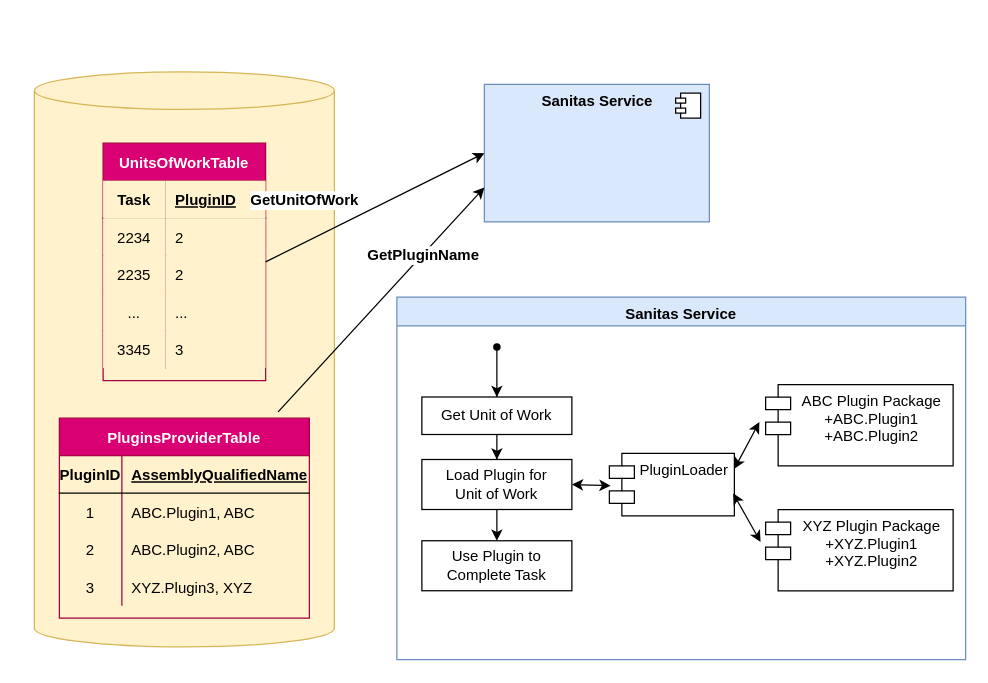
The draw.io diagram page "PluginAtRunTime" (2 of 4) of PluginProvider.drawio in luisgarciau/hello-world, before the edit. Source tidied: cells renumbered, new cells numbered last; positions are measured from the earlier drawing's top-left corner, leaving out a move shared by most shapes. Both pictures are drawn from the tidied source at 125%, with x=0, y=0 at pixel (34, 71).
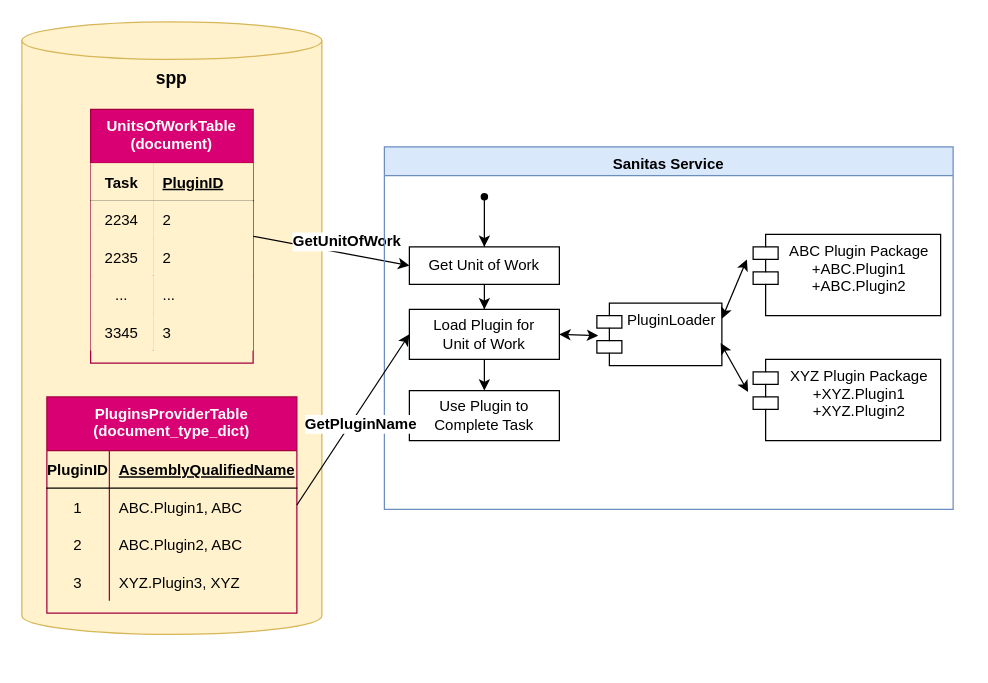
After the change.

The change refers to these unchanged cells:
```xml
<mxCell id="37" value="PluginLoader" style="shape=module;align=left;spacingLeft=20;align=center;verticalAlign=top;" parent="36" vertex="1">
  <mxGeometry x="170" y="125" width="100" height="50" as="geometry" />
</mxCell>
<mxCell id="42" value="&lt;div&gt;Get Unit of Work&lt;br&gt;&lt;/div&gt;" style="whiteSpace=wrap;html=1;align=center;verticalAlign=middle;fillColor=none;sketch=0;fillStyle=solid;" parent="36" vertex="1">
  <mxGeometry x="20" y="80" width="120" height="30" as="geometry" />
</mxCell>
<mxCell id="44" value="Load Plugin for&lt;br&gt;Unit of Work" style="whiteSpace=wrap;html=1;align=center;verticalAlign=middle;fillColor=none;sketch=0;fillStyle=solid;" parent="36" vertex="1">
  <mxGeometry x="20" y="130" width="120" height="40" as="geometry" />
</mxCell>
```

Diff of the diagram source:
```diff
@@
-    <mxCell id="2" style="shape=cylinder3;whiteSpace=wrap;html=1;boundedLbl=1;backgroundOutline=1;size=15;verticalAlign=top;fillColor=#fff2cc;strokeColor=#d6b656;" parent="1" vertex="1">
-      <mxGeometry width="240" height="460" as="geometry" />
+    <mxCell id="2" value="&lt;font size=&quot;1&quot;&gt;&lt;b style=&quot;font-size: 14px&quot;&gt;spp&lt;/b&gt;&lt;/font&gt;" style="shape=cylinder3;whiteSpace=wrap;html=1;boundedLbl=1;backgroundOutline=1;size=15;verticalAlign=top;fillColor=#fff2cc;strokeColor=#d6b656;" parent="1" vertex="1">
+      <mxGeometry x="-10" y="-40" width="240" height="490" as="geometry" />
     </mxCell>
-    <mxCell id="3" value="PluginsProviderTable" style="shape=table;startSize=30;childLayout=tableLayout;rowLines=0;fontStyle=1;align=center;fillColor=#d80073;strokeColor=#A50040;fontColor=#ffffff;" parent="1" vertex="1">
-      <mxGeometry x="20" y="277" width="200" height="160" as="geometry" />
+    <mxCell id="3" value="PluginsProviderTable&#10;(document_type_dict)&#10;" style="shape=table;startSize=43;childLayout=tableLayout;rowLines=0;fontStyle=1;align=center;fillColor=#d80073;strokeColor=#A50040;fontColor=#ffffff;verticalAlign=top;" parent="1" vertex="1">
+      <mxGeometry x="10" y="260" width="200" height="173" as="geometry" />
     </mxCell>
     <mxCell id="4" style="shape=partialRectangle;fillColor=none;top=0;left=0;bottom=1;right=0;" parent="3" vertex="1">
-      <mxGeometry y="30" width="200" height="30" as="geometry" />
+      <mxGeometry y="43" width="200" height="30" as="geometry" />
     </mxCell>
@@
     <mxCell id="7" style="shape=partialRectangle;fillColor=none;top=0;left=0;bottom=0;right=0;" parent="3" vertex="1">
-      <mxGeometry y="60" width="200" height="30" as="geometry" />
+      <mxGeometry y="73" width="200" height="30" as="geometry" />
     </mxCell>
@@
     <mxCell id="10" style="shape=partialRectangle;fillColor=none;top=0;left=0;bottom=0;right=0;" parent="3" vertex="1">
-      <mxGeometry y="90" width="200" height="30" as="geometry" />
+      <mxGeometry y="103" width="200" height="30" as="geometry" />
     </mxCell>
@@
     <mxCell id="13" style="shape=partialRectangle;fillColor=none;top=0;left=0;bottom=0;right=0;" parent="3" vertex="1">
-      <mxGeometry y="120" width="200" height="30" as="geometry" />
+      <mxGeometry y="133" width="200" height="30" as="geometry" />
     </mxCell>
@@
-    <mxCell id="16" value="UnitsOfWorkTable" style="shape=table;startSize=30;childLayout=tableLayout;rowLines=0;fontStyle=1;align=center;fillColor=#d80073;strokeColor=#A50040;fontColor=#ffffff;" parent="1" vertex="1">
-      <mxGeometry x="55" y="57" width="130" height="190" as="geometry" />
+    <mxCell id="16" value="UnitsOfWorkTable&#10;(document)" style="shape=table;startSize=43;childLayout=tableLayout;rowLines=0;fontStyle=1;align=center;fillColor=#d80073;strokeColor=#A50040;fontColor=#ffffff;verticalAlign=top;" parent="1" vertex="1">
+      <mxGeometry x="45" y="30" width="130" height="203" as="geometry" />
     </mxCell>
     <mxCell id="17" style="shape=partialRectangle;fillColor=none;top=0;left=0;bottom=1;right=0;" parent="16" vertex="1">
-      <mxGeometry y="30" width="130" height="30" as="geometry" />
+      <mxGeometry y="43" width="130" height="30" as="geometry" />
     </mxCell>
@@
     <mxCell id="20" style="shape=partialRectangle;fillColor=none;top=0;left=0;bottom=0;right=0;" parent="16" vertex="1">
-      <mxGeometry y="60" width="130" height="30" as="geometry" />
+      <mxGeometry y="73" width="130" height="30" as="geometry" />
     </mxCell>
@@
     <mxCell id="23" style="shape=partialRectangle;fillColor=none;top=0;left=0;bottom=0;right=0;" parent="16" vertex="1">
-      <mxGeometry y="90" width="130" height="30" as="geometry" />
+      <mxGeometry y="103" width="130" height="30" as="geometry" />
     </mxCell>
@@
     <mxCell id="26" style="shape=partialRectangle;fillColor=none;top=0;left=0;bottom=0;right=0;" parent="16" vertex="1">
-      <mxGeometry y="120" width="130" height="30" as="geometry" />
+      <mxGeometry y="133" width="130" height="30" as="geometry" />
     </mxCell>
@@
     <mxCell id="29" style="shape=partialRectangle;fillColor=none;top=0;left=0;bottom=0;right=0;" parent="16" vertex="1">
-      <mxGeometry y="150" width="130" height="30" as="geometry" />
+      <mxGeometry y="163" width="130" height="30" as="geometry" />
     </mxCell>
@@
-    <mxCell id="32" value="&lt;b&gt;Sanitas Service&lt;/b&gt;" style="html=1;verticalAlign=top;fillColor=#dae8fc;strokeColor=#6c8ebf;" parent="1" vertex="1">
-      <mxGeometry x="360" y="10" width="180" height="110" as="geometry" />
-    </mxCell>
-    <mxCell id="33" style="shape=module;jettyWidth=8;jettyHeight=4;" parent="32" vertex="1">
-      <mxGeometry x="1" width="20" height="20" relative="1" as="geometry">
-        <mxPoint x="-27" y="7" as="offset" />
-      </mxGeometry>
-    </mxCell>
-    <mxCell id="34" style="endArrow=classic;startArrow=none;html=1;exitX=1;exitY=0.5;exitDx=0;exitDy=0;startFill=0;entryX=0;entryY=0.5;entryDx=0;entryDy=0;" parent="1" edge="1" source="16" target="32">
+    <mxCell id="34" style="endArrow=classic;startArrow=none;html=1;exitX=1;exitY=0.5;exitDx=0;exitDy=0;startFill=0;entryX=0;entryY=0.5;entryDx=0;entryDy=0;" parent="1" edge="1" source="16" target="42">
       <mxGeometry relative="1" as="geometry" />
     </mxCell>
     <mxCell id="35" value="&lt;font style=&quot;font-size: 12px&quot;&gt;&lt;b&gt;GetUnitOfWork&lt;/b&gt;&lt;/font&gt;" style="edgeLabel;html=1;align=center;verticalAlign=middle;" parent="34" vertex="1">
       <mxGeometry x="0.19" y="-2" relative="1" as="geometry">
-        <mxPoint x="-74" as="offset" />
+        <mxPoint y="-12" as="offset" />
       </mxGeometry>
     </mxCell>
     <mxCell id="36" value="Sanitas Service" style="swimlane;verticalAlign=top;fillColor=#dae8fc;strokeColor=#6c8ebf;" parent="1" vertex="1">
-      <mxGeometry x="290" y="180.1" width="455" height="290" as="geometry" />
+      <mxGeometry x="280" y="60" width="455" height="290" as="geometry" />
     </mxCell>
@@
-    <mxCell id="49" style="endArrow=classic;startArrow=classic;html=1;exitX=1;exitY=0.25;exitDx=0;exitDy=0;" parent="1" edge="1" source="37">
-      <mxGeometry relative="1" as="geometry">
-        <mxPoint x="580" y="280.1" as="targetPoint" />
-      </mxGeometry>
-    </mxCell>
-    <mxCell id="50" style="endArrow=classic;html=1;exitX=0.875;exitY=-0.031;exitDx=0;exitDy=0;entryX=0;entryY=0.75;entryDx=0;entryDy=0;exitPerimeter=0;" parent="1" edge="1" source="3" target="32">
+    <mxCell id="50" style="endArrow=classic;html=1;exitX=1;exitY=0.5;exitDx=0;exitDy=0;entryX=0;entryY=0.5;entryDx=0;entryDy=0;" parent="1" edge="1" source="3" target="44">
       <mxGeometry relative="1" as="geometry" />
     </mxCell>
     <mxCell id="51" value="&lt;font style=&quot;font-size: 12px&quot;&gt;&lt;b&gt;GetPluginName&lt;/b&gt;&lt;/font&gt;" style="edgeLabel;html=1;align=center;verticalAlign=middle;" parent="50" vertex="1">
       <mxGeometry x="-0.15" y="-5" relative="1" as="geometry">
-        <mxPoint x="41" y="-52" as="offset" />
+        <mxPoint x="8" y="-10" as="offset" />
       </mxGeometry>
     </mxCell>
+    <mxCell id="52" style="endArrow=classic;startArrow=classic;html=1;exitX=1;exitY=0.25;exitDx=0;exitDy=0;" parent="1" edge="1" source="37">
+      <mxGeometry relative="1" as="geometry">
+        <mxPoint x="570" y="150" as="targetPoint" />
+      </mxGeometry>
+    </mxCell>
```
